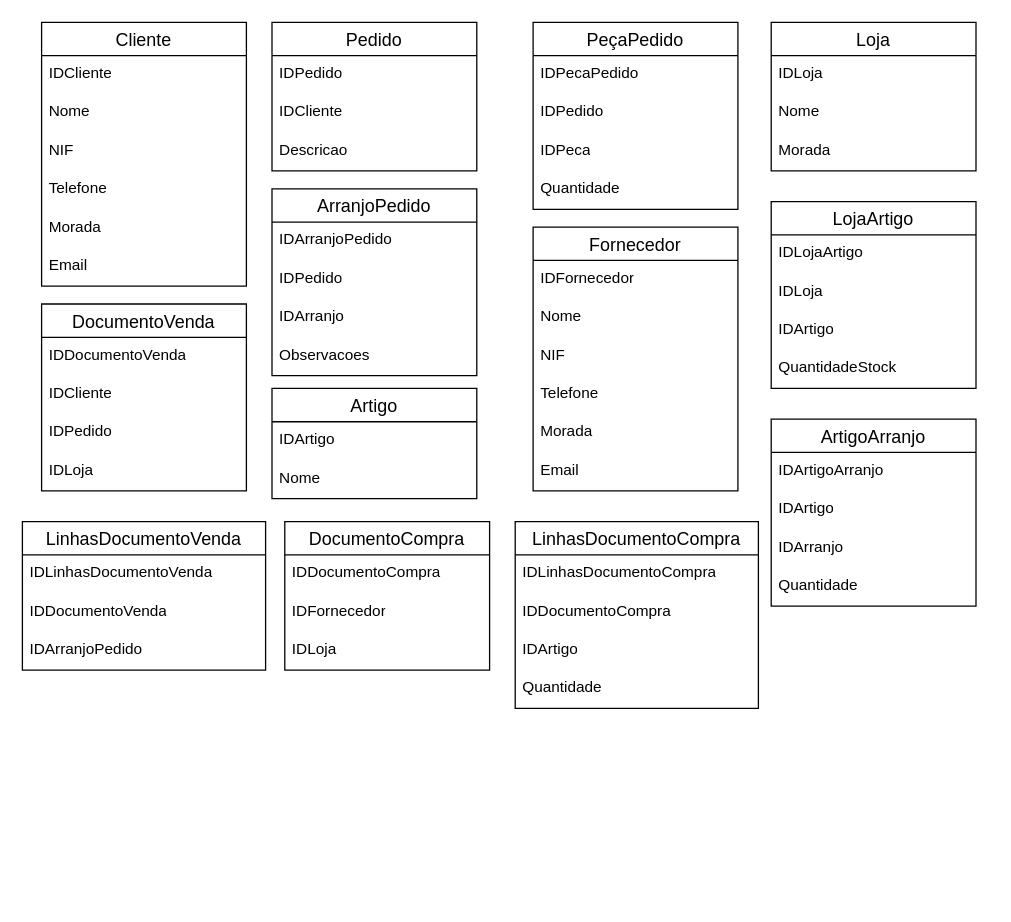
The draw.io diagram page "Página-4" (4 of 4) of BD1.drawio in hgjeremias/BD1, before the edit. Source tidied: cells renumbered, new cells numbered last; positions are measured from the earlier drawing's top-left corner, leaving out a move shared by most shapes. Both pictures are drawn from the tidied source at 128%, with x=0, y=0 at pixel (22, 22).
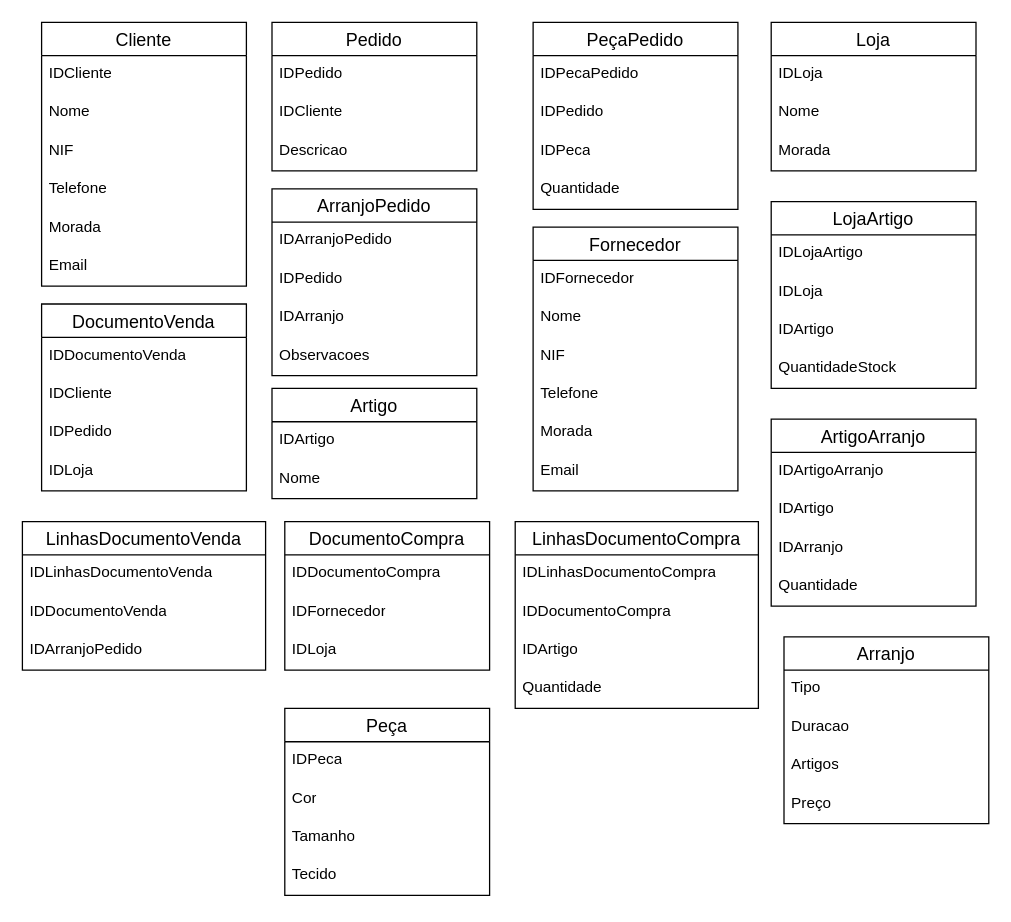
After the change.

What changed in the source:
```diff
@@
+    <mxCell id="65" value="Peça" style="swimlane;fontStyle=0;horizontal=1;startSize=26;align=center;fontSize=14;" parent="1" vertex="1">
+      <mxGeometry x="205" y="536" width="160" height="146" as="geometry" />
+    </mxCell>
+    <mxCell id="66" value="IDPeca" style="text;strokeColor=none;fillColor=none;spacingLeft=4;spacingRight=4;overflow=hidden;fontSize=12;whiteSpace=wrap;html=1;" parent="65" vertex="1">
+      <mxGeometry y="26" width="160" height="30" as="geometry" />
+    </mxCell>
+    <mxCell id="67" value="Cor" style="text;strokeColor=none;fillColor=none;spacingLeft=4;spacingRight=4;overflow=hidden;fontSize=12;whiteSpace=wrap;html=1;" parent="65" vertex="1">
+      <mxGeometry y="56" width="160" height="30" as="geometry" />
+    </mxCell>
+    <mxCell id="68" value="Tamanho" style="text;strokeColor=none;fillColor=none;spacingLeft=4;spacingRight=4;overflow=hidden;fontSize=12;whiteSpace=wrap;html=1;" parent="65" vertex="1">
+      <mxGeometry y="86" width="160" height="30" as="geometry" />
+    </mxCell>
+    <mxCell id="69" value="Tecido" style="text;strokeColor=none;fillColor=none;spacingLeft=4;spacingRight=4;overflow=hidden;fontSize=12;whiteSpace=wrap;html=1;" parent="65" vertex="1">
+      <mxGeometry y="116" width="160" height="30" as="geometry" />
+    </mxCell>
+    <mxCell id="70" value="Arranjo" style="swimlane;fontStyle=0;horizontal=1;startSize=26;align=center;fontSize=14;" parent="1" vertex="1">
+      <mxGeometry x="595" y="480" width="160" height="146" as="geometry" />
+    </mxCell>
+    <mxCell id="71" value="Tipo" style="text;strokeColor=none;fillColor=none;spacingLeft=4;spacingRight=4;overflow=hidden;fontSize=12;whiteSpace=wrap;html=1;" parent="70" vertex="1">
+      <mxGeometry y="26" width="160" height="30" as="geometry" />
+    </mxCell>
+    <mxCell id="72" value="Duracao" style="text;strokeColor=none;fillColor=none;spacingLeft=4;spacingRight=4;overflow=hidden;fontSize=12;whiteSpace=wrap;html=1;" parent="70" vertex="1">
+      <mxGeometry y="56" width="160" height="30" as="geometry" />
+    </mxCell>
+    <mxCell id="73" value="Artigos" style="text;strokeColor=none;fillColor=none;spacingLeft=4;spacingRight=4;overflow=hidden;fontSize=12;whiteSpace=wrap;html=1;" parent="70" vertex="1">
+      <mxGeometry y="86" width="160" height="30" as="geometry" />
+    </mxCell>
+    <mxCell id="74" value="Preço" style="text;strokeColor=none;fillColor=none;spacingLeft=4;spacingRight=4;overflow=hidden;fontSize=12;whiteSpace=wrap;html=1;" parent="70" vertex="1">
+      <mxGeometry y="116" width="160" height="30" as="geometry" />
+    </mxCell>
```
